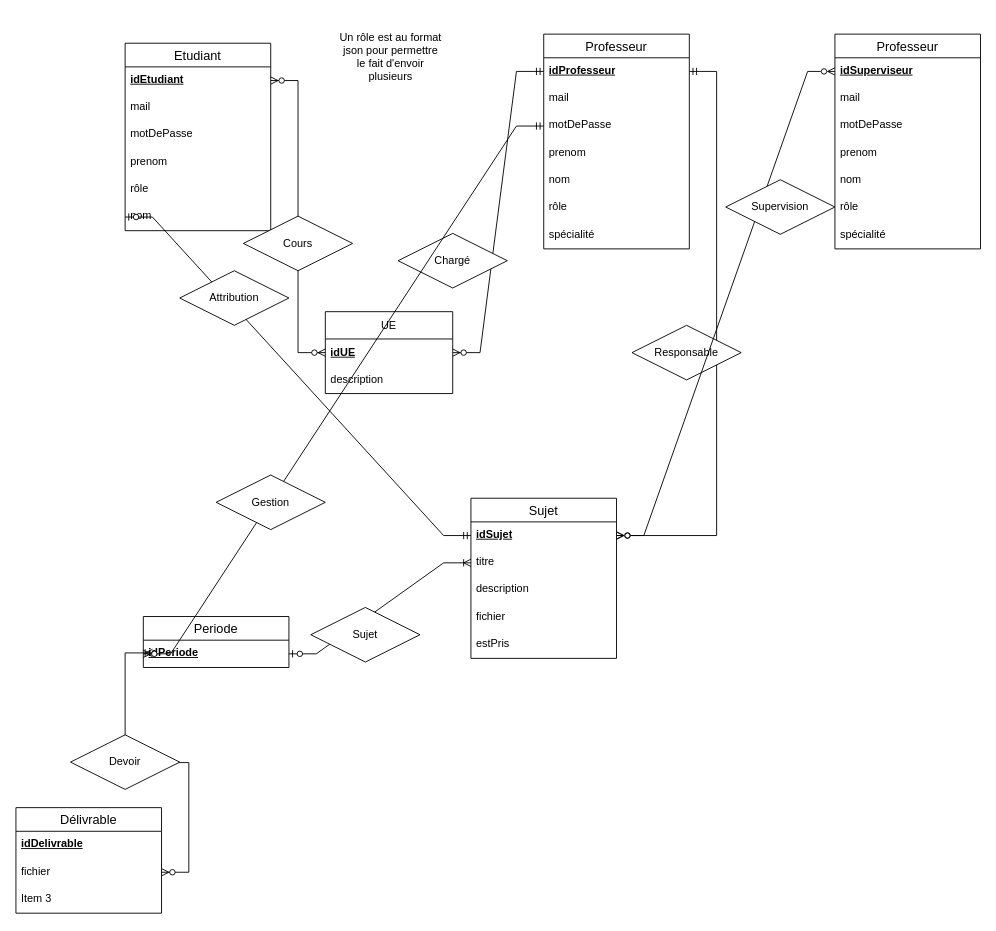
Eragon6080/ProjetLogiciel2024 keeps this draw.io diagram as page "Schéma entité-relation" (2 of 2) of Docs/diagrammes/entiteRelationBD.drawio. Above is the earlier version. Source tidied: cells renumbered, new cells numbered last; positions are measured from the earlier drawing's top-left corner, leaving out a move shared by most shapes. Both pictures are drawn from the tidied source at 91%, with x=0, y=0 at pixel (15, 15).
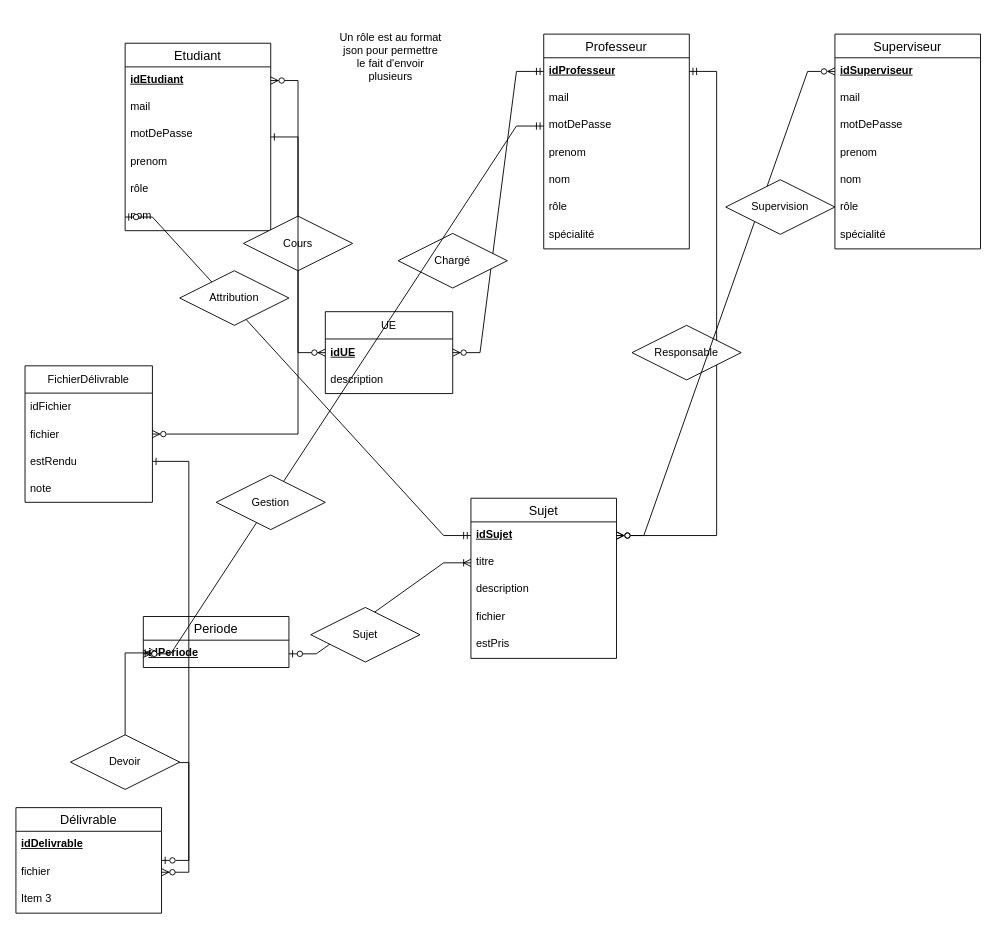
After the change.

Commit message (it also covers changes not shown here):
Mise à jour du fichier init.sql et .drawio des schéma

Unchanged cells that the change refers to:
```xml
<mxCell id="2" value="Etudiant" style="swimlane;fontStyle=0;horizontal=1;startSize=26;align=center;fontSize=14;" parent="1" vertex="1">
  <mxGeometry x="120" y="30" width="160" height="206" as="geometry" />
</mxCell>
<mxCell id="40" value="Délivrable" style="swimlane;fontStyle=0;horizontal=1;startSize=26;align=center;fontSize=14;" parent="1" vertex="1">
  <mxGeometry y="870" width="160" height="116" as="geometry" />
</mxCell>
```

What changed in the source:
```diff
@@
-    <mxCell id="47" value="Professeur" style="swimlane;fontStyle=0;horizontal=1;startSize=26;align=center;fontSize=14;" parent="1" vertex="1">
+    <mxCell id="47" value="Superviseur" style="swimlane;fontStyle=0;horizontal=1;startSize=26;align=center;fontSize=14;" parent="1" vertex="1">
       <mxGeometry x="900" y="20" width="160" height="236" as="geometry" />
     </mxCell>
@@
+    <mxCell id="57" value="FichierDélivrable" style="swimlane;fontStyle=0;horizontal=1;startSize=30;whiteSpace=wrap;html=1;" parent="1" vertex="1">
+      <mxGeometry x="10" y="384.5" width="140" height="150" as="geometry" />
+    </mxCell>
+    <mxCell id="58" value="idFichier" style="text;strokeColor=none;fillColor=none;align=left;verticalAlign=middle;spacingLeft=4;spacingRight=4;overflow=hidden;whiteSpace=wrap;html=1;" parent="57" vertex="1">
+      <mxGeometry y="30" width="140" height="30" as="geometry" />
+    </mxCell>
+    <mxCell id="59" value="fichier" style="text;strokeColor=none;fillColor=none;align=left;verticalAlign=middle;spacingLeft=4;spacingRight=4;overflow=hidden;whiteSpace=wrap;html=1;" parent="57" vertex="1">
+      <mxGeometry y="60" width="140" height="30" as="geometry" />
+    </mxCell>
+    <mxCell id="60" value="estRendu" style="text;strokeColor=none;fillColor=none;align=left;verticalAlign=middle;spacingLeft=4;spacingRight=4;overflow=hidden;points=[[0,0.5],[1,0.5]];portConstraint=eastwest;whiteSpace=wrap;html=1;" parent="57" vertex="1">
+      <mxGeometry y="90" width="140" height="30" as="geometry" />
+    </mxCell>
+    <mxCell id="61" value="note" style="text;strokeColor=none;fillColor=none;align=left;verticalAlign=middle;spacingLeft=4;spacingRight=4;overflow=hidden;whiteSpace=wrap;html=1;" parent="57" vertex="1">
+      <mxGeometry y="120" width="140" height="30" as="geometry" />
+    </mxCell>
+    <mxCell id="62" style="edgeStyle=entityRelationEdgeStyle;fontSize=12;html=1;endArrow=ERone;endFill=0;rounded=0;startArrow=ERzeroToMany;startFill=0;" parent="1" edge="1" source="57" target="2">
+      <mxGeometry relative="1" as="geometry">
+        <Array as="points">
+          <mxPoint x="30" y="290" />
+        </Array>
+      </mxGeometry>
+    </mxCell>
+    <mxCell id="63" style="edgeStyle=entityRelationEdgeStyle;fontSize=12;html=1;endArrow=ERone;endFill=0;rounded=0;startArrow=ERzeroToOne;startFill=0;entryX=1;entryY=0.5;entryDx=0;entryDy=0;" parent="1" edge="1" source="40" target="60">
+      <mxGeometry relative="1" as="geometry" />
+    </mxCell>
```
